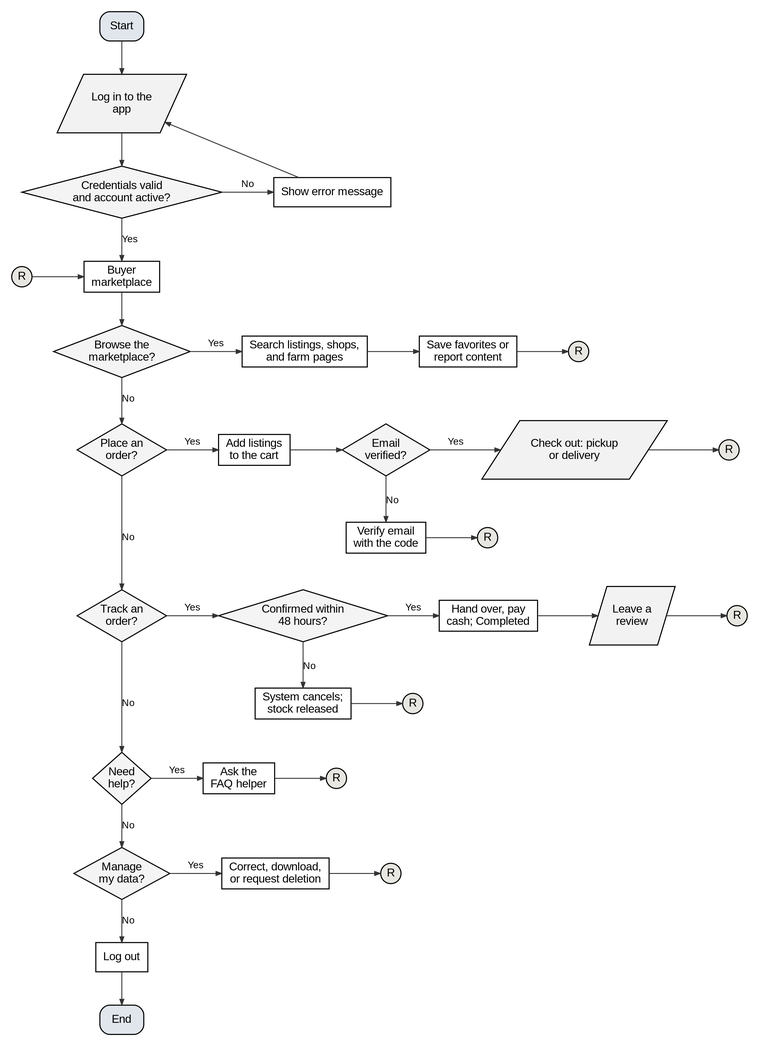
shawncastaneda11-commits/anihow-backend keeps this Graphviz diagram as docs/manuscript/figures/fig5e_flow_buyer.png. Above is the earlier version. Its source is kept beside it as docs/manuscript/figures/src/fig5e_flow_buyer.dot.
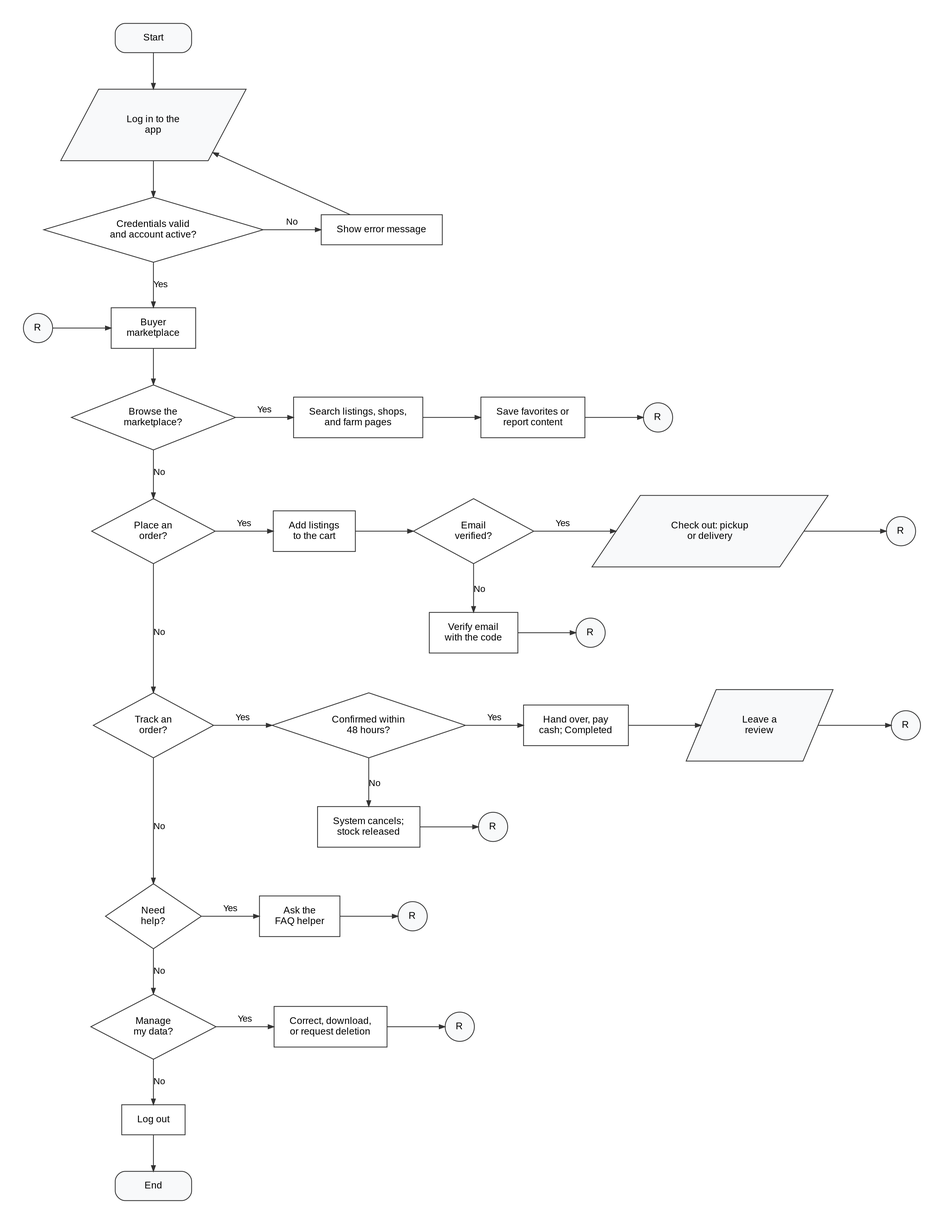
The same diagram one commit later.

Diff of the diagram source:
```diff
@@ -1,15 +1,15 @@
 digraph G {
-  graph [rankdir=TB, nodesep=0.45, ranksep=0.55, pad=0.2, fontname="Liberation Sans", newrank=true, splines=polyline];
-  node  [fontname="Liberation Sans", fontsize=14, penwidth=1.3, style=filled, fillcolor="#FFFFFF", margin="0.12,0.06"];
-  edge  [penwidth=1.1, arrowsize=0.7, color="#333333", fontname="Liberation Sans", fontsize=12];
-  s [shape=box, style="rounded,filled", fillcolor="#E1E6ED", label="Start"];
-  li [shape=parallelogram, fillcolor="#F2F2F2", label="Log in to the\napp", margin="0.02,0.04"];
-  ok [shape=diamond, fillcolor="#F4F4F4", label="Credentials valid\nand account active?", margin="0.02,0.02"];
+  graph [rankdir=TB, nodesep=0.5, ranksep=0.6, pad=0.4, fontname="Liberation Sans", newrank=true, splines=polyline, bgcolor="white"];
+  node  [fontname="Liberation Sans", fontsize=12, penwidth=1, color="#333333", style=filled, fillcolor="#FFFFFF", margin="0.26,0.16"];
+  edge  [penwidth=1, arrowsize=0.7, color="#333333", fontname="Liberation Sans", fontsize=11];
+  s [shape=box, style="rounded,filled", fillcolor="#F8F9FA", width=1.3, height=0.5, margin="0.2,0.1", label="Start"];
+  li [shape=parallelogram, fillcolor="#F8F9FA", label="Log in to the\napp", margin="0.30,0.12"];
+  ok [shape=diamond, fillcolor="#FFFFFF", label="Credentials valid\nand account active?", margin="0.20,0.10"];
   err [shape=box, label="Show error message"];
-  ain [shape=circle, width=0.35, fixedsize=true, fillcolor="#E8E6E0", label="R"];
+  ain [shape=circle, width=0.5, fixedsize=true, fillcolor="#F8F9FA", label="R"];
   home [shape=box, label="Buyer\nmarketplace"];
   lo [shape=box, label="Log out"];
-  end [shape=box, style="rounded,filled", fillcolor="#E1E6ED", label="End"];
+  end [shape=box, style="rounded,filled", fillcolor="#F8F9FA", width=1.3, height=0.5, margin="0.2,0.1", label="End"];
   s -> li;
   li -> ok;
   ok -> err [label="No"];
@@ -18,59 +18,59 @@
   ain -> home;
   {rank=same; ok err}
   {rank=same; home ain}
-  q0 [shape=diamond, fillcolor="#F4F4F4", label="Browse the\nmarketplace?", margin="0.02,0.02"];
+  q0 [shape=diamond, fillcolor="#FFFFFF", label="Browse the\nmarketplace?", margin="0.20,0.10"];
   home -> q0;
   s0_0 [shape=box, label="Search listings, shops,\nand farm pages"];
   q0 -> s0_0 [label="Yes"];
   s0_1 [shape=box, label="Save favorites or\nreport content"];
   s0_0 -> s0_1;
-  r0 [shape=circle, width=0.35, fixedsize=true, fillcolor="#E8E6E0", label="R"];
+  r0 [shape=circle, width=0.5, fixedsize=true, fillcolor="#F8F9FA", label="R"];
   s0_1 -> r0;
   {rank=same; q0; s0_0; s0_1; r0}
-  q1 [shape=diamond, fillcolor="#F4F4F4", label="Place an\norder?", margin="0.02,0.02"];
+  q1 [shape=diamond, fillcolor="#FFFFFF", label="Place an\norder?", margin="0.20,0.10"];
   q0 -> q1 [label="No"];
   s1_0 [shape=box, label="Add listings\nto the cart"];
   q1 -> s1_0 [label="Yes"];
-  s1_1 [shape=diamond, fillcolor="#F4F4F4", label="Email\nverified?", margin="0.02,0.02"];
+  s1_1 [shape=diamond, fillcolor="#FFFFFF", label="Email\nverified?", margin="0.20,0.10"];
   s1_0 -> s1_1;
   a1_1 [shape=box, label="Verify email\nwith the code"];
-  xa1_1 [shape=circle, width=0.35, fixedsize=true, fillcolor="#E8E6E0", label="R"];
+  xa1_1 [shape=circle, width=0.5, fixedsize=true, fillcolor="#F8F9FA", label="R"];
   s1_1 -> a1_1 [label="No"];
   a1_1 -> xa1_1;
   {rank=same; a1_1; xa1_1}
-  s1_2 [shape=parallelogram, fillcolor="#F2F2F2", label="Check out: pickup\nor delivery", margin="0.02,0.04"];
+  s1_2 [shape=parallelogram, fillcolor="#F8F9FA", label="Check out: pickup\nor delivery", margin="0.30,0.12"];
   s1_1 -> s1_2 [label="Yes"];
-  r1 [shape=circle, width=0.35, fixedsize=true, fillcolor="#E8E6E0", label="R"];
+  r1 [shape=circle, width=0.5, fixedsize=true, fillcolor="#F8F9FA", label="R"];
   s1_2 -> r1;
   {rank=same; q1; s1_0; s1_1; s1_2; r1}
-  q2 [shape=diamond, fillcolor="#F4F4F4", label="Track an\norder?", margin="0.02,0.02"];
+  q2 [shape=diamond, fillcolor="#FFFFFF", label="Track an\norder?", margin="0.20,0.10"];
   q1 -> q2 [label="No", minlen=2];
-  s2_0 [shape=diamond, fillcolor="#F4F4F4", label="Confirmed within\n48 hours?", margin="0.02,0.02"];
+  s2_0 [shape=diamond, fillcolor="#FFFFFF", label="Confirmed within\n48 hours?", margin="0.20,0.10"];
   q2 -> s2_0 [label="Yes"];
   a2_0 [shape=box, label="System cancels;\nstock released"];
-  xa2_0 [shape=circle, width=0.35, fixedsize=true, fillcolor="#E8E6E0", label="R"];
+  xa2_0 [shape=circle, width=0.5, fixedsize=true, fillcolor="#F8F9FA", label="R"];
   s2_0 -> a2_0 [label="No"];
   a2_0 -> xa2_0;
   {rank=same; a2_0; xa2_0}
   s2_1 [shape=box, label="Hand over, pay\ncash; Completed"];
   s2_0 -> s2_1 [label="Yes"];
-  s2_2 [shape=parallelogram, fillcolor="#F2F2F2", label="Leave a\nreview", margin="0.02,0.04"];
+  s2_2 [shape=parallelogram, fillcolor="#F8F9FA", label="Leave a\nreview", margin="0.30,0.12"];
   s2_1 -> s2_2;
-  r2 [shape=circle, width=0.35, fixedsize=true, fillcolor="#E8E6E0", label="R"];
+  r2 [shape=circle, width=0.5, fixedsize=true, fillcolor="#F8F9FA", label="R"];
   s2_2 -> r2;
   {rank=same; q2; s2_0; s2_1; s2_2; r2}
-  q3 [shape=diamond, fillcolor="#F4F4F4", label="Need\nhelp?", margin="0.02,0.02"];
+  q3 [shape=diamond, fillcolor="#FFFFFF", label="Need\nhelp?", margin="0.20,0.10"];
   q2 -> q3 [label="No", minlen=2];
   s3_0 [shape=box, label="Ask the\nFAQ helper"];
   q3 -> s3_0 [label="Yes"];
-  r3 [shape=circle, width=0.35, fixedsize=true, fillcolor="#E8E6E0", label="R"];
+  r3 [shape=circle, width=0.5, fixedsize=true, fillcolor="#F8F9FA", label="R"];
   s3_0 -> r3;
   {rank=same; q3; s3_0; r3}
-  q4 [shape=diamond, fillcolor="#F4F4F4", label="Manage\nmy data?", margin="0.02,0.02"];
+  q4 [shape=diamond, fillcolor="#FFFFFF", label="Manage\nmy data?", margin="0.20,0.10"];
   q3 -> q4 [label="No"];
   s4_0 [shape=box, label="Correct, download,\nor request deletion"];
   q4 -> s4_0 [label="Yes"];
-  r4 [shape=circle, width=0.35, fixedsize=true, fillcolor="#E8E6E0", label="R"];
+  r4 [shape=circle, width=0.5, fixedsize=true, fillcolor="#F8F9FA", label="R"];
   s4_0 -> r4;
   {rank=same; q4; s4_0; r4}
   q4 -> lo [label="No"];
```
